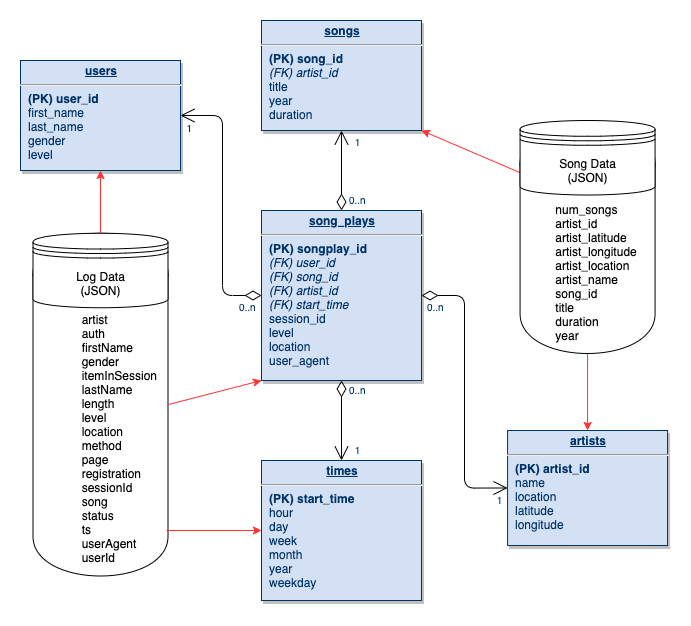
Above: p1/assets/images/StarSchemaDesign.png in BaderAlshaya/Udacity_DEND (draw.io), before the change. Source tidied: cells renumbered, new cells last; positions are measured from the earlier drawing's top-left corner, leaving out a move shared by most shapes.
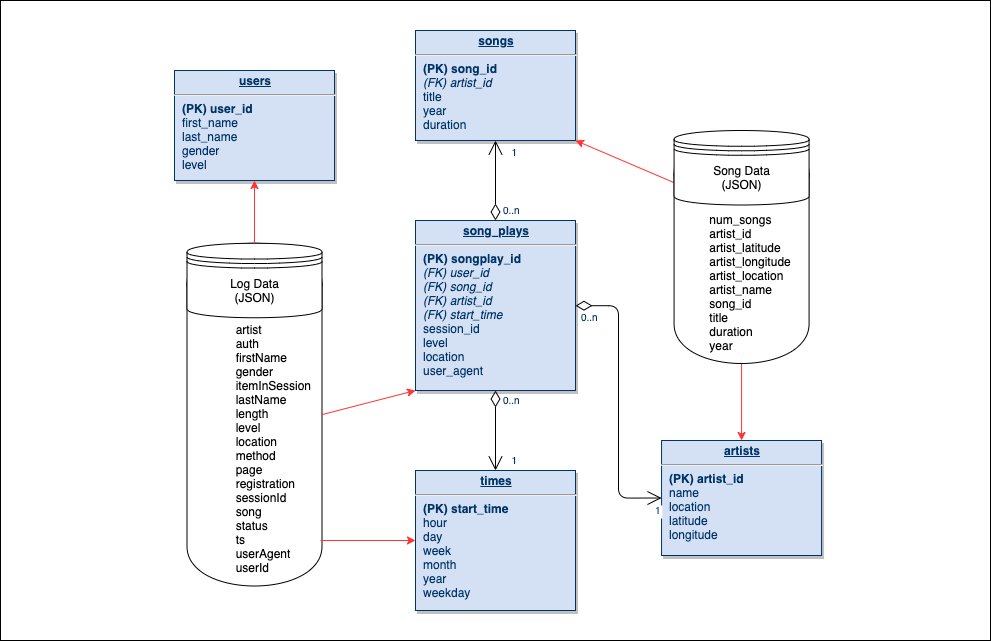
After the commit.

What changed in the source:
```diff
@@ -2,6 +2,9 @@
   <root>
     <mxCell id="0" />
     <mxCell id="1" parent="0" />
+    <mxCell id="29" style="rounded=0;whiteSpace=wrap;html=1;" parent="1" vertex="1">
+      <mxGeometry x="-174" y="-30" width="990" height="640" as="geometry" />
+    </mxCell>
     <mxCell id="2" value="&lt;br&gt;&lt;br&gt;&amp;nbsp; &amp;nbsp; &amp;nbsp; &amp;nbsp; &amp;nbsp; &amp;nbsp; &amp;nbsp; artist&lt;br&gt;&amp;nbsp; &amp;nbsp; &amp;nbsp; &amp;nbsp; &amp;nbsp; &amp;nbsp; &amp;nbsp;&amp;nbsp;auth&lt;br&gt;&amp;nbsp; &amp;nbsp; &amp;nbsp; &amp;nbsp; &amp;nbsp; &amp;nbsp; &amp;nbsp;&amp;nbsp;firstName&lt;br&gt;&amp;nbsp; &amp;nbsp; &amp;nbsp; &amp;nbsp; &amp;nbsp; &amp;nbsp; &amp;nbsp;&amp;nbsp;gender&lt;br&gt;&amp;nbsp; &amp;nbsp; &amp;nbsp; &amp;nbsp; &amp;nbsp; &amp;nbsp; &amp;nbsp;&amp;nbsp;itemInSession&lt;br&gt;&amp;nbsp; &amp;nbsp; &amp;nbsp; &amp;nbsp; &amp;nbsp; &amp;nbsp; &amp;nbsp;&amp;nbsp;lastName&lt;br&gt;&amp;nbsp; &amp;nbsp; &amp;nbsp; &amp;nbsp; &amp;nbsp; &amp;nbsp; &amp;nbsp;&amp;nbsp;length&lt;br&gt;&amp;nbsp; &amp;nbsp; &amp;nbsp; &amp;nbsp; &amp;nbsp; &amp;nbsp; &amp;nbsp;&amp;nbsp;level&lt;br&gt;&amp;nbsp; &amp;nbsp; &amp;nbsp; &amp;nbsp; &amp;nbsp; &amp;nbsp; &amp;nbsp;&amp;nbsp;location&lt;br&gt;&amp;nbsp; &amp;nbsp; &amp;nbsp; &amp;nbsp; &amp;nbsp; &amp;nbsp; &amp;nbsp;&amp;nbsp;method&lt;br&gt;&amp;nbsp; &amp;nbsp; &amp;nbsp; &amp;nbsp; &amp;nbsp; &amp;nbsp; &amp;nbsp;&amp;nbsp;page&lt;br&gt;&amp;nbsp; &amp;nbsp; &amp;nbsp; &amp;nbsp; &amp;nbsp; &amp;nbsp; &amp;nbsp;&amp;nbsp;registration&lt;br&gt;&amp;nbsp; &amp;nbsp; &amp;nbsp; &amp;nbsp; &amp;nbsp; &amp;nbsp; &amp;nbsp;&amp;nbsp;sessionId&lt;br&gt;&amp;nbsp; &amp;nbsp; &amp;nbsp; &amp;nbsp; &amp;nbsp; &amp;nbsp; &amp;nbsp;&amp;nbsp;song&lt;br&gt;&amp;nbsp; &amp;nbsp; &amp;nbsp; &amp;nbsp; &amp;nbsp; &amp;nbsp; &amp;nbsp;&amp;nbsp;status&lt;br&gt;&amp;nbsp; &amp;nbsp; &amp;nbsp; &amp;nbsp; &amp;nbsp; &amp;nbsp; &amp;nbsp;&amp;nbsp;ts&lt;br&gt;&amp;nbsp; &amp;nbsp; &amp;nbsp; &amp;nbsp; &amp;nbsp; &amp;nbsp; &amp;nbsp;&amp;nbsp;userAgent&lt;br&gt;&amp;nbsp; &amp;nbsp; &amp;nbsp; &amp;nbsp; &amp;nbsp; &amp;nbsp; &amp;nbsp;&amp;nbsp;userId" style="shape=cylinder;whiteSpace=wrap;html=1;boundedLbl=1;backgroundOutline=1;align=left;" parent="1" vertex="1">
       <mxGeometry x="12.5" y="212.8" width="135" height="342.8" as="geometry" />
     </mxCell>
@@ -59,24 +62,6 @@
         <mxPoint x="20" as="offset" />
       </mxGeometry>
     </mxCell>
-    <mxCell id="17" style="endArrow=open;endSize=12;startArrow=diamondThin;startSize=14;startFill=0;edgeStyle=orthogonalEdgeStyle;entryX=1;entryY=0.5;entryDx=0;entryDy=0;" parent="1" edge="1" source="5" target="3">
-      <mxGeometry x="1389.4" y="130" as="geometry">
-        <Array as="points">
-          <mxPoint x="202" y="275" />
-          <mxPoint x="202" y="95" />
-        </Array>
-      </mxGeometry>
-    </mxCell>
-    <mxCell id="18" value="0..n" style="align=left;verticalAlign=top;labelBackgroundColor=#ffffff;fontSize=10;strokeColor=#003366;shadow=1;fillColor=#D4E1F5;fontColor=#003366;" parent="17" vertex="1">
-      <mxGeometry x="-1" relative="1" as="geometry">
-        <mxPoint x="-24" as="offset" />
-      </mxGeometry>
-    </mxCell>
-    <mxCell id="19" value="1" style="align=right;verticalAlign=top;labelBackgroundColor=#ffffff;fontSize=10;strokeColor=#003366;shadow=1;fillColor=#D4E1F5;fontColor=#003366;" parent="17" vertex="1">
-      <mxGeometry x="1" relative="1" as="geometry">
-        <mxPoint x="13" y="1" as="offset" />
-      </mxGeometry>
-    </mxCell>
     <mxCell id="20" style="edgeStyle=orthogonalEdgeStyle;rounded=0;orthogonalLoop=1;jettySize=auto;html=1;exitX=0.5;exitY=1;exitDx=0;exitDy=0;" parent="1" edge="1" source="3" target="3">
       <mxGeometry relative="1" as="geometry" />
     </mxCell>
```
